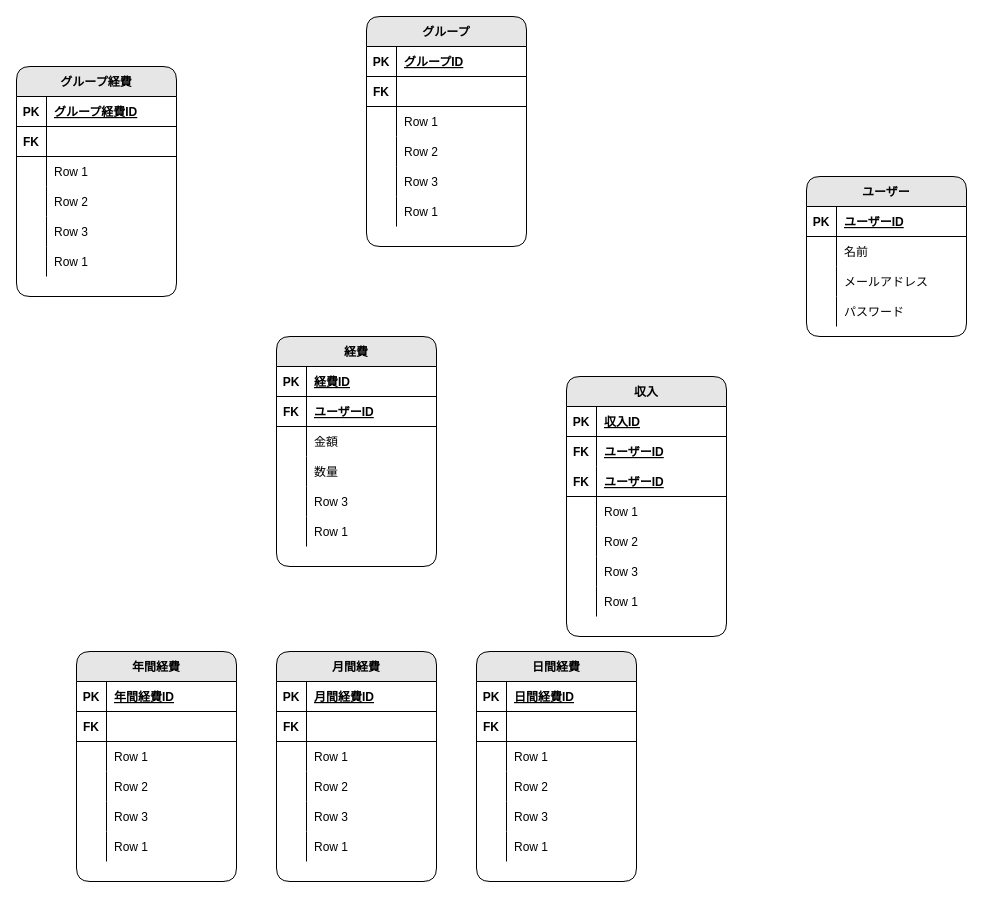
Before: app/assets/document/ER_diagram/config.dio in matthewkendrick/hoWseed, a draw.io diagram. Source tidied: cells renumbered, new cells numbered last; positions are measured from the earlier drawing's top-left corner, leaving out a move shared by most shapes. Both pictures are drawn from the tidied source at 100%, with x=0, y=0 at pixel (16, 16).
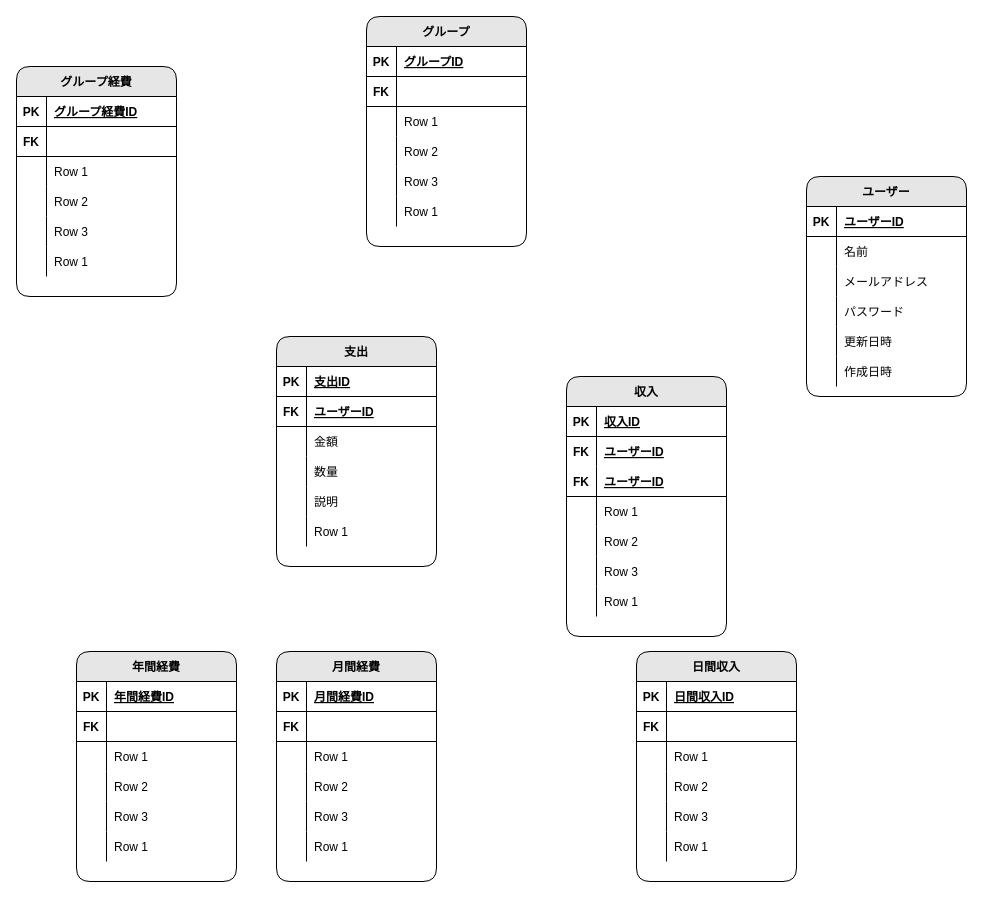
Above is the later version.

Unchanged cells that the change refers to:
```xml
<mxCell id="16" style="shape=partialRectangle;fillColor=none;top=0;left=0;bottom=1;right=0;rounded=1;" parent="15" vertex="1">
  <mxGeometry y="30" width="160" height="30" as="geometry" />
</mxCell>
<mxCell id="28" style="shape=partialRectangle;fillColor=none;top=0;left=0;bottom=0;right=0;rounded=1;" parent="15" vertex="1">
  <mxGeometry y="150" width="160" height="30" as="geometry" />
</mxCell>
<mxCell id="92" style="shape=partialRectangle;fillColor=none;top=0;left=0;bottom=1;right=0;rounded=1;" parent="91" vertex="1">
  <mxGeometry y="30" width="160" height="30" as="geometry" />
</mxCell>
```

What changed in the source:
```diff
@@
     <mxCell id="2" value="ユーザー" style="shape=table;startSize=30;childLayout=tableLayout;rowLines=0;fontStyle=1;align=center;rounded=1;fillColor=#E6E6E6;" parent="1" vertex="1">
-      <mxGeometry x="790" y="160" width="160" height="160" as="geometry" />
+      <mxGeometry x="790" y="160" width="160" height="220" as="geometry" />
     </mxCell>
@@
+    <mxCell id="151" style="shape=partialRectangle;fillColor=none;top=0;left=0;bottom=0;right=0;rounded=1;" parent="2" vertex="1">
+      <mxGeometry y="150" width="160" height="30" as="geometry" />
+    </mxCell>
+    <mxCell id="152" style="shape=partialRectangle;fillColor=none;top=0;left=0;bottom=0;right=0;overflow=hidden;rounded=1;" parent="151" vertex="1">
+      <mxGeometry width="30" height="30" as="geometry" />
+    </mxCell>
+    <mxCell id="153" value="更新日時" style="shape=partialRectangle;fillColor=none;top=0;left=0;bottom=0;right=0;align=left;spacingLeft=6;overflow=hidden;rounded=1;" parent="151" vertex="1">
+      <mxGeometry x="30" width="130" height="30" as="geometry" />
+    </mxCell>
+    <mxCell id="154" style="shape=partialRectangle;fillColor=none;top=0;left=0;bottom=0;right=0;rounded=1;" parent="2" vertex="1">
+      <mxGeometry y="180" width="160" height="30" as="geometry" />
+    </mxCell>
+    <mxCell id="155" style="shape=partialRectangle;fillColor=none;top=0;left=0;bottom=0;right=0;overflow=hidden;rounded=1;" parent="154" vertex="1">
+      <mxGeometry width="30" height="30" as="geometry" />
+    </mxCell>
+    <mxCell id="156" value="作成日時" style="shape=partialRectangle;fillColor=none;top=0;left=0;bottom=0;right=0;align=left;spacingLeft=6;overflow=hidden;rounded=1;" parent="154" vertex="1">
+      <mxGeometry x="30" width="130" height="30" as="geometry" />
+    </mxCell>
-    <mxCell id="15" value="経費" style="shape=table;startSize=30;childLayout=tableLayout;rowLines=0;fontStyle=1;align=center;rounded=1;fillColor=#E6E6E6;" parent="1" vertex="1">
+    <mxCell id="15" value="支出" style="shape=table;startSize=30;childLayout=tableLayout;rowLines=0;fontStyle=1;align=center;rounded=1;fillColor=#E6E6E6;" parent="1" vertex="1">
       <mxGeometry x="260" y="320" width="160" height="230" as="geometry" />
     </mxCell>
@@
-    <mxCell id="18" value="経費ID" style="shape=partialRectangle;fillColor=none;top=0;left=0;bottom=0;right=0;align=left;spacingLeft=6;fontStyle=5;overflow=hidden;rounded=1;" parent="16" vertex="1">
+    <mxCell id="18" value="支出ID" style="shape=partialRectangle;fillColor=none;top=0;left=0;bottom=0;right=0;align=left;spacingLeft=6;fontStyle=5;overflow=hidden;rounded=1;" parent="16" vertex="1">
       <mxGeometry x="30" width="130" height="30" as="geometry" />
     </mxCell>
@@
-    <mxCell id="30" value="Row 3" style="shape=partialRectangle;fillColor=none;top=0;left=0;bottom=0;right=0;align=left;spacingLeft=6;overflow=hidden;rounded=1;" parent="28" vertex="1">
+    <mxCell id="30" value="説明" style="shape=partialRectangle;fillColor=none;top=0;left=0;bottom=0;right=0;align=left;spacingLeft=6;overflow=hidden;rounded=1;" parent="28" vertex="1">
       <mxGeometry x="30" width="130" height="30" as="geometry" />
     </mxCell>
@@
-    <mxCell id="91" value="日間経費" style="shape=table;startSize=30;childLayout=tableLayout;rowLines=0;fontStyle=1;align=center;rounded=1;fillColor=#E6E6E6;" parent="1" vertex="1">
-      <mxGeometry x="460" y="635" width="160" height="230" as="geometry" />
+    <mxCell id="91" value="日間収入" style="shape=table;startSize=30;childLayout=tableLayout;rowLines=0;fontStyle=1;align=center;rounded=1;fillColor=#E6E6E6;" parent="1" vertex="1">
+      <mxGeometry x="620" y="635" width="160" height="230" as="geometry" />
     </mxCell>
@@
-    <mxCell id="94" value="日間経費ID" style="shape=partialRectangle;fillColor=none;top=0;left=0;bottom=0;right=0;align=left;spacingLeft=6;fontStyle=5;overflow=hidden;rounded=1;" parent="92" vertex="1">
+    <mxCell id="94" value="日間収入ID" style="shape=partialRectangle;fillColor=none;top=0;left=0;bottom=0;right=0;align=left;spacingLeft=6;fontStyle=5;overflow=hidden;rounded=1;" parent="92" vertex="1">
       <mxGeometry x="30" width="130" height="30" as="geometry" />
     </mxCell>
```
